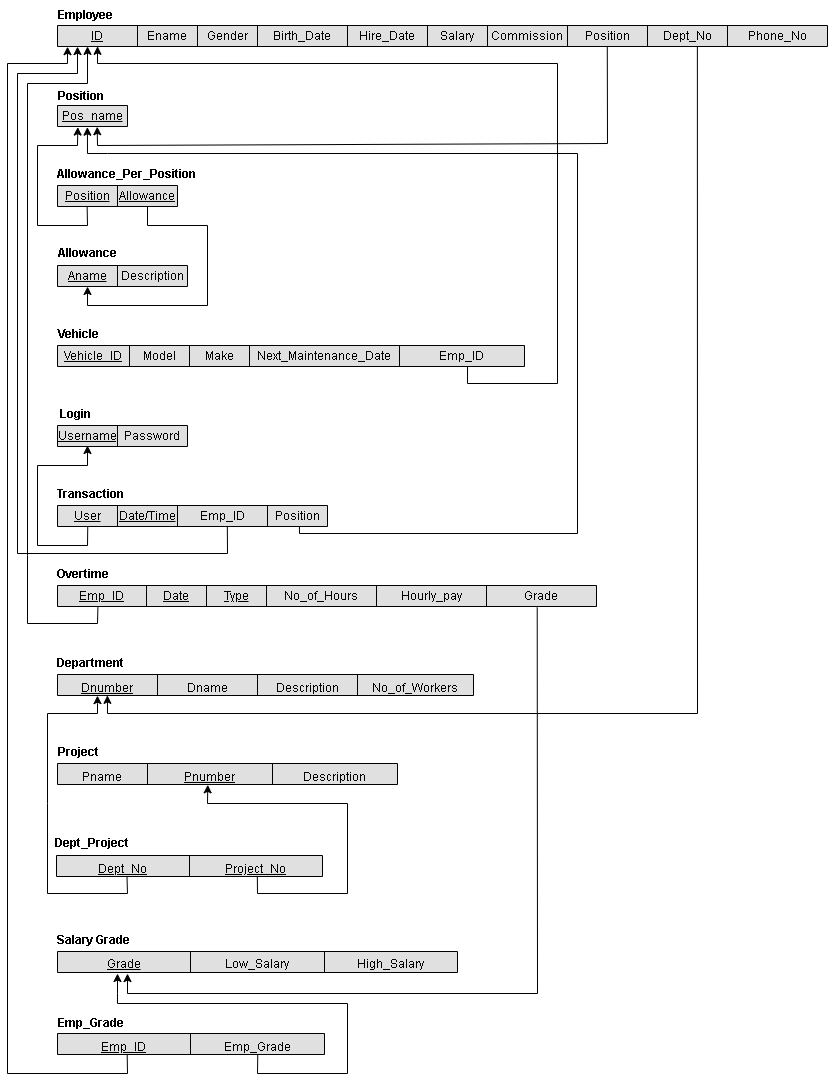
Above: Phase 1/Relational Schema.drawio.png in AhmedElkhashn/DB-project (draw.io), before the change. Source tidied: cells renumbered, new cells last; positions are measured from the earlier drawing's top-left corner, leaving out a move shared by most shapes.
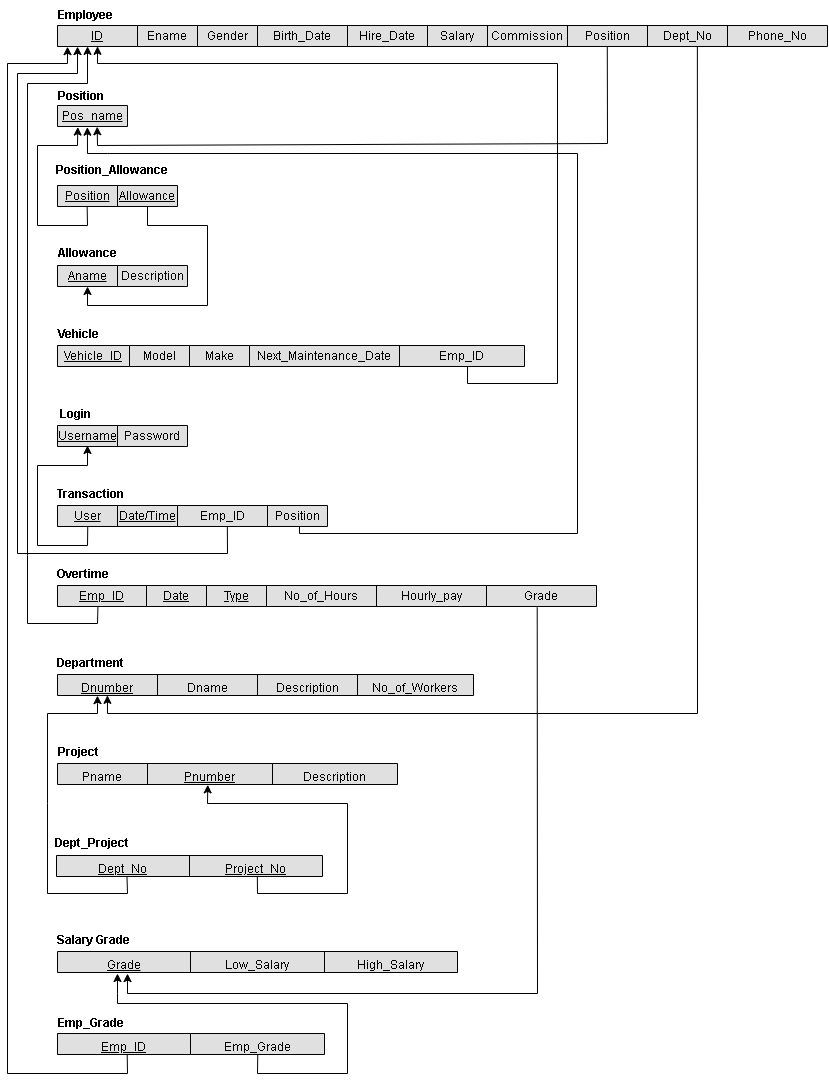
After the change.

The edit, as a diff of the source:
```diff
@@ -53,8 +53,8 @@
     <mxCell id="18" value="&lt;u&gt;Allowance&lt;/u&gt;" style="shape=partialRectangle;html=1;whiteSpace=wrap;strokeColor=inherit;overflow=hidden;fillColor=none;top=0;left=0;bottom=0;right=0;fontSize=12;" parent="16" vertex="1">
       <mxGeometry x="60" width="60" height="21" as="geometry" />
     </mxCell>
-    <mxCell id="19" value="Allowance_Per_Position" style="text;html=1;strokeColor=none;fillColor=none;align=center;verticalAlign=middle;whiteSpace=wrap;rounded=0;fontStyle=1;" parent="1" vertex="1">
-      <mxGeometry x="64" y="159" width="110" height="30" as="geometry" />
+    <mxCell id="19" value="Position_Allowance" style="text;html=1;strokeColor=none;fillColor=none;align=center;verticalAlign=middle;whiteSpace=wrap;rounded=0;fontStyle=1;" parent="1" vertex="1">
+      <mxGeometry x="50" y="155" width="110" height="30" as="geometry" />
     </mxCell>
     <mxCell id="20" style="shape=table;startSize=0;fontSize=16;fillColor=#e0e0e0;fontColor=#333333;strokeColor=#000000;" parent="1" vertex="1">
       <mxGeometry x="50" y="265" width="130" height="21" as="geometry" />
```
